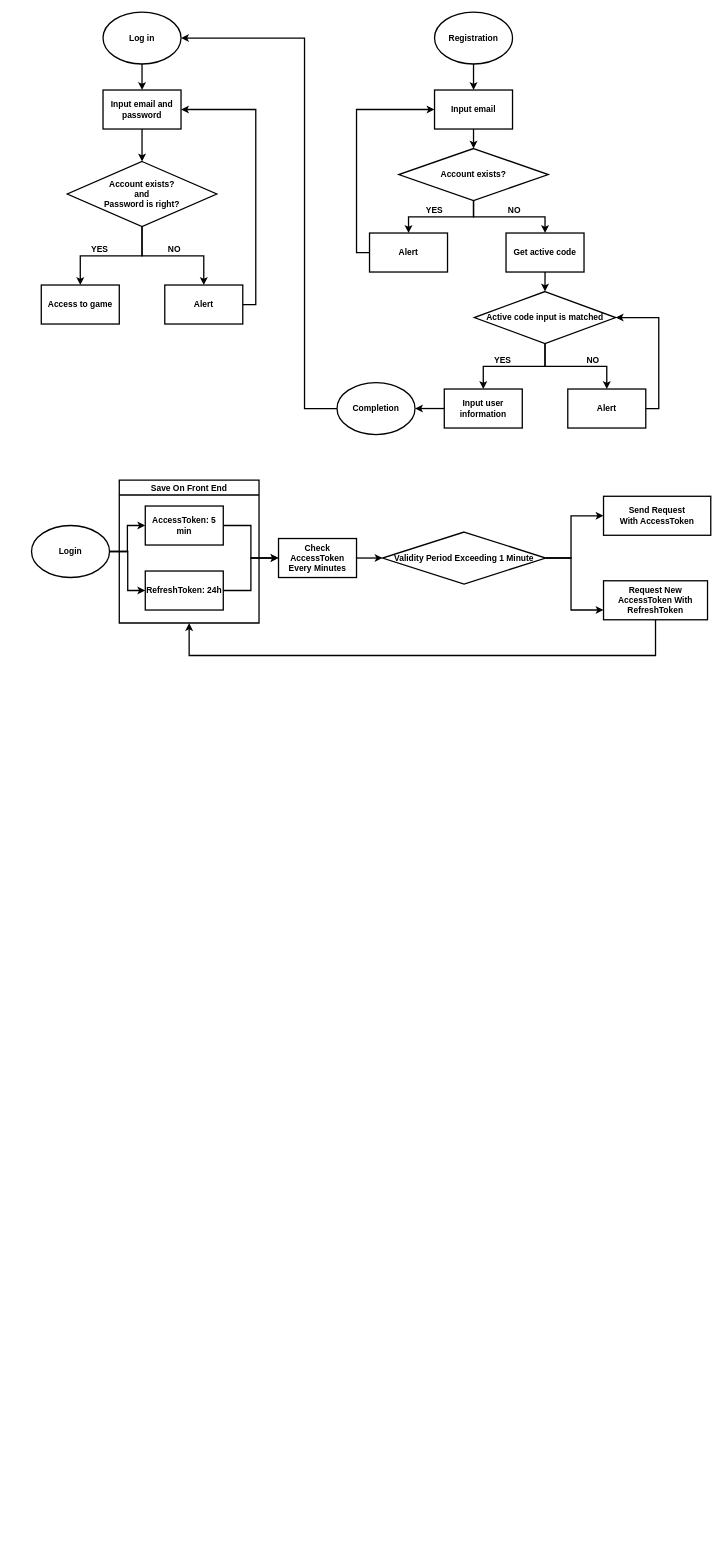
Before: 未命名绘图.drawio in Kathy3665/coursesource, a draw.io diagram. Source tidied: cells renumbered, new cells numbered last; positions are measured from the earlier drawing's top-left corner, leaving out a move shared by most shapes. Both pictures are drawn from the tidied source at 65%, with x=0, y=0 at pixel (31, 12).
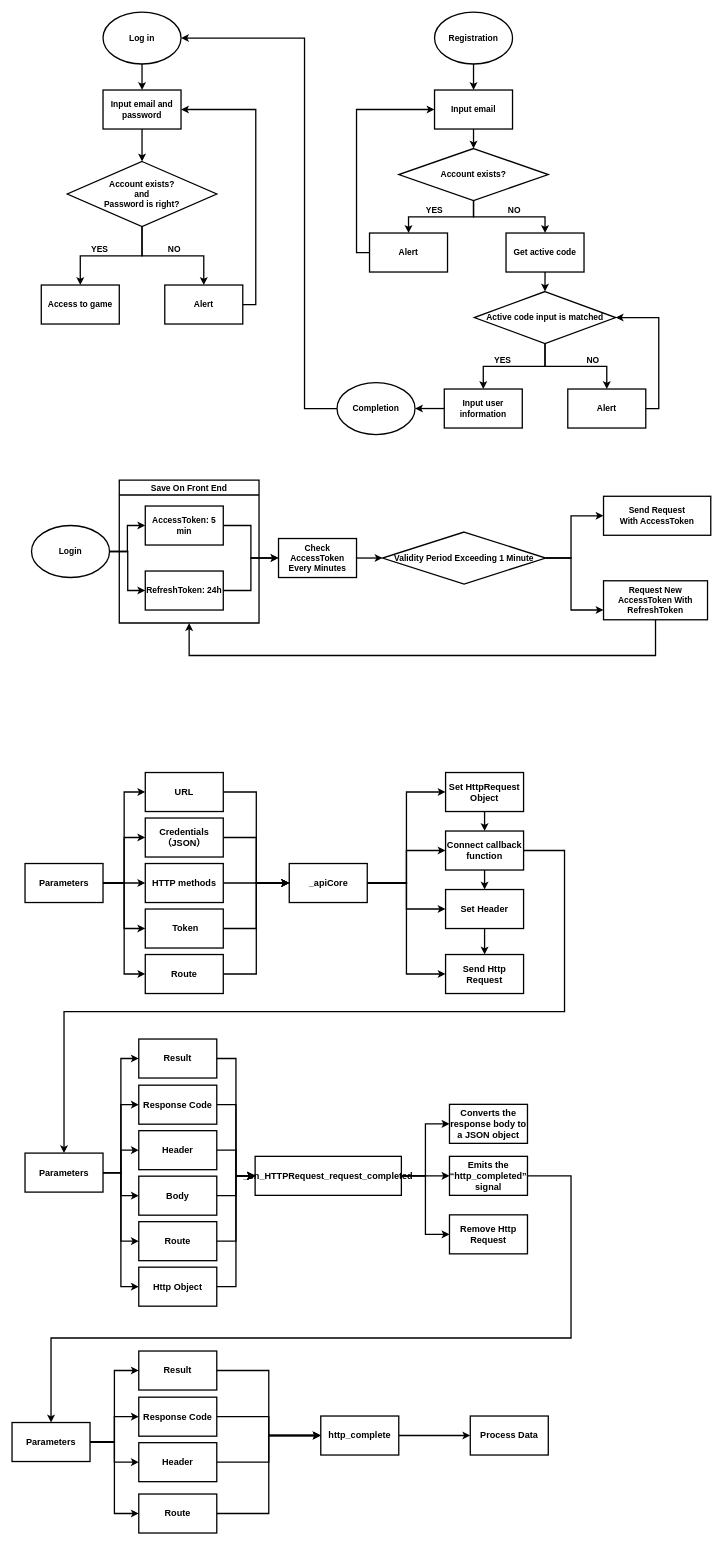
The same diagram, later.

Commit message:
更新未命名绘图.drawio

What changed in the source:
```diff
@@
+    <mxCell id="54" style="edgeStyle=orthogonalEdgeStyle;rounded=0;jettySize=auto;html=1;exitX=1;exitY=0.5;exitDx=0;exitDy=0;entryX=0;entryY=0.5;entryDx=0;entryDy=0;strokeWidth=2;fontSize=14;fontStyle=1;" parent="1" edge="1" source="58" target="76">
+      <mxGeometry relative="1" as="geometry" />
+    </mxCell>
+    <mxCell id="55" style="edgeStyle=orthogonalEdgeStyle;rounded=0;jettySize=auto;html=1;exitX=1;exitY=0.5;exitDx=0;exitDy=0;entryX=0;entryY=0.5;entryDx=0;entryDy=0;strokeWidth=2;fontSize=14;fontStyle=1;" parent="1" edge="1" source="58" target="62">
+      <mxGeometry relative="1" as="geometry" />
+    </mxCell>
+    <mxCell id="56" style="edgeStyle=orthogonalEdgeStyle;rounded=0;jettySize=auto;html=1;exitX=1;exitY=0.5;exitDx=0;exitDy=0;entryX=0;entryY=0.5;entryDx=0;entryDy=0;strokeWidth=2;fontSize=14;fontStyle=1;" parent="1" edge="1" source="58" target="73">
+      <mxGeometry relative="1" as="geometry" />
+    </mxCell>
+    <mxCell id="57" style="edgeStyle=orthogonalEdgeStyle;rounded=0;jettySize=auto;html=1;exitX=1;exitY=0.5;exitDx=0;exitDy=0;entryX=0;entryY=0.5;entryDx=0;entryDy=0;strokeWidth=2;fontSize=14;fontStyle=1;" parent="1" edge="1" source="58" target="60">
+      <mxGeometry relative="1" as="geometry" />
+    </mxCell>
+    <mxCell id="58" value="_apiCore" style="rounded=0;whiteSpace=wrap;html=1;strokeWidth=2;fontSize=14;fontStyle=1;" parent="1" vertex="1">
+      <mxGeometry x="396.5" y="1310" width="120" height="60" as="geometry" />
+    </mxCell>
+    <mxCell id="59" style="edgeStyle=orthogonalEdgeStyle;rounded=0;jettySize=auto;html=1;exitX=0.5;exitY=1;exitDx=0;exitDy=0;entryX=0.5;entryY=0;entryDx=0;entryDy=0;strokeWidth=2;fontSize=14;fontStyle=1;" parent="1" edge="1" source="60" target="76">
+      <mxGeometry relative="1" as="geometry" />
+    </mxCell>
+    <mxCell id="60" value="Set HttpRequest Object" style="rounded=0;whiteSpace=wrap;html=1;strokeWidth=2;fontSize=14;fontStyle=1;" parent="1" vertex="1">
+      <mxGeometry x="637" y="1170" width="120" height="60" as="geometry" />
+    </mxCell>
+    <mxCell id="61" style="edgeStyle=orthogonalEdgeStyle;rounded=0;jettySize=auto;html=1;exitX=0.5;exitY=1;exitDx=0;exitDy=0;entryX=0.5;entryY=0;entryDx=0;entryDy=0;strokeWidth=2;fontSize=14;fontStyle=1;" parent="1" edge="1" source="62" target="73">
+      <mxGeometry relative="1" as="geometry" />
+    </mxCell>
+    <mxCell id="62" value="Set Header" style="rounded=0;whiteSpace=wrap;html=1;strokeWidth=2;fontSize=14;fontStyle=1;" parent="1" vertex="1">
+      <mxGeometry x="637" y="1350" width="120" height="60" as="geometry" />
+    </mxCell>
+    <mxCell id="63" style="edgeStyle=orthogonalEdgeStyle;rounded=0;jettySize=auto;html=1;exitX=1;exitY=0.5;exitDx=0;exitDy=0;entryX=0;entryY=0.5;entryDx=0;entryDy=0;strokeWidth=2;fontSize=14;fontStyle=1;" parent="1" edge="1" source="64" target="58">
+      <mxGeometry relative="1" as="geometry" />
+    </mxCell>
+    <mxCell id="64" value="URL" style="rounded=0;whiteSpace=wrap;html=1;strokeWidth=2;fontSize=14;fontStyle=1;" parent="1" vertex="1">
+      <mxGeometry x="175" y="1170" width="120" height="60" as="geometry" />
+    </mxCell>
+    <mxCell id="65" style="edgeStyle=orthogonalEdgeStyle;rounded=0;jettySize=auto;html=1;exitX=1;exitY=0.5;exitDx=0;exitDy=0;entryX=0;entryY=0.5;entryDx=0;entryDy=0;strokeWidth=2;fontSize=14;fontStyle=1;" parent="1" edge="1" source="66" target="58">
+      <mxGeometry relative="1" as="geometry" />
+    </mxCell>
+    <mxCell id="66" value="Credentials&lt;br style=&quot;font-size: 14px;&quot;&gt;（JSON）" style="rounded=0;whiteSpace=wrap;html=1;strokeWidth=2;fontSize=14;fontStyle=1;" parent="1" vertex="1">
+      <mxGeometry x="175" y="1240" width="120" height="60" as="geometry" />
+    </mxCell>
+    <mxCell id="67" style="edgeStyle=orthogonalEdgeStyle;rounded=0;jettySize=auto;html=1;exitX=1;exitY=0.5;exitDx=0;exitDy=0;entryX=0;entryY=0.5;entryDx=0;entryDy=0;strokeWidth=2;fontSize=14;fontStyle=1;" parent="1" edge="1" source="68" target="58">
+      <mxGeometry relative="1" as="geometry" />
+    </mxCell>
+    <mxCell id="68" value="&amp;nbsp;Token" style="rounded=0;whiteSpace=wrap;html=1;strokeWidth=2;fontSize=14;fontStyle=1;" parent="1" vertex="1">
+      <mxGeometry x="175" y="1380" width="120" height="60" as="geometry" />
+    </mxCell>
+    <mxCell id="69" style="edgeStyle=orthogonalEdgeStyle;rounded=0;jettySize=auto;html=1;exitX=1;exitY=0.5;exitDx=0;exitDy=0;entryX=0;entryY=0.5;entryDx=0;entryDy=0;strokeWidth=2;fontSize=14;fontStyle=1;" parent="1" edge="1" source="70" target="58">
+      <mxGeometry relative="1" as="geometry" />
+    </mxCell>
+    <mxCell id="70" value="HTTP methods" style="rounded=0;whiteSpace=wrap;html=1;strokeWidth=2;fontSize=14;fontStyle=1;" parent="1" vertex="1">
+      <mxGeometry x="175" y="1310" width="120" height="60" as="geometry" />
+    </mxCell>
+    <mxCell id="71" style="edgeStyle=orthogonalEdgeStyle;rounded=0;jettySize=auto;html=1;exitX=1;exitY=0.5;exitDx=0;exitDy=0;entryX=0;entryY=0.5;entryDx=0;entryDy=0;strokeWidth=2;fontSize=14;fontStyle=1;" parent="1" edge="1" source="72" target="58">
+      <mxGeometry relative="1" as="geometry" />
+    </mxCell>
+    <mxCell id="72" value="Route" style="rounded=0;whiteSpace=wrap;html=1;strokeWidth=2;fontSize=14;fontStyle=1;" parent="1" vertex="1">
+      <mxGeometry x="175" y="1450" width="120" height="60" as="geometry" />
+    </mxCell>
+    <mxCell id="73" value="Send Http Request" style="rounded=0;whiteSpace=wrap;html=1;strokeWidth=2;fontSize=14;fontStyle=1;" parent="1" vertex="1">
+      <mxGeometry x="637" y="1450" width="120" height="60" as="geometry" />
+    </mxCell>
+    <mxCell id="74" style="edgeStyle=orthogonalEdgeStyle;rounded=0;jettySize=auto;html=1;exitX=0.5;exitY=1;exitDx=0;exitDy=0;entryX=0.5;entryY=0;entryDx=0;entryDy=0;strokeWidth=2;fontSize=14;fontStyle=1;" parent="1" edge="1" source="76" target="62">
+      <mxGeometry relative="1" as="geometry" />
+    </mxCell>
+    <mxCell id="75" style="edgeStyle=orthogonalEdgeStyle;rounded=0;jettySize=auto;html=1;exitX=1;exitY=0.5;exitDx=0;exitDy=0;entryX=0.5;entryY=0;entryDx=0;entryDy=0;strokeWidth=2;fontSize=14;fontStyle=1;" parent="1" edge="1" source="76" target="97">
+      <mxGeometry relative="1" as="geometry">
+        <Array as="points">
+          <mxPoint x="820" y="1290" />
+          <mxPoint x="820" y="1538" />
+          <mxPoint x="50" y="1538" />
+        </Array>
+      </mxGeometry>
+    </mxCell>
+    <mxCell id="76" value="Connect&amp;nbsp;callback function" style="rounded=0;whiteSpace=wrap;html=1;strokeWidth=2;fontSize=14;fontStyle=1;" parent="1" vertex="1">
+      <mxGeometry x="637" y="1260" width="120" height="60" as="geometry" />
+    </mxCell>
+    <mxCell id="77" style="edgeStyle=orthogonalEdgeStyle;rounded=0;jettySize=auto;html=1;exitX=1;exitY=0.5;exitDx=0;exitDy=0;entryX=0;entryY=0.5;entryDx=0;entryDy=0;strokeWidth=2;fontSize=14;fontStyle=1;" parent="1" edge="1" source="80" target="87">
+      <mxGeometry relative="1" as="geometry" />
+    </mxCell>
+    <mxCell id="78" style="edgeStyle=orthogonalEdgeStyle;rounded=0;jettySize=auto;html=1;exitX=1;exitY=0.5;exitDx=0;exitDy=0;entryX=0;entryY=0.5;entryDx=0;entryDy=0;strokeWidth=2;fontSize=14;fontStyle=1;" parent="1" edge="1" source="80" target="90">
+      <mxGeometry relative="1" as="geometry" />
+    </mxCell>
+    <mxCell id="79" style="edgeStyle=orthogonalEdgeStyle;rounded=0;jettySize=auto;html=1;exitX=1;exitY=0.5;exitDx=0;exitDy=0;entryX=0;entryY=0.5;entryDx=0;entryDy=0;strokeWidth=2;fontSize=14;fontStyle=1;" parent="1" edge="1" source="80" target="88">
+      <mxGeometry relative="1" as="geometry" />
+    </mxCell>
+    <mxCell id="80" value="&lt;div style=&quot;font-size: 14px;&quot;&gt;_on_HTTPRequest_request_completed&lt;/div&gt;" style="rounded=0;whiteSpace=wrap;html=1;strokeWidth=2;fontSize=14;fontStyle=1;" parent="1" vertex="1">
+      <mxGeometry x="344" y="1760.5" width="225" height="60" as="geometry" />
+    </mxCell>
+    <mxCell id="81" style="edgeStyle=orthogonalEdgeStyle;rounded=0;jettySize=auto;html=1;exitX=1;exitY=0.5;exitDx=0;exitDy=0;entryX=0;entryY=0.5;entryDx=0;entryDy=0;strokeWidth=2;fontSize=14;fontStyle=1;" parent="1" edge="1" source="86" target="64">
+      <mxGeometry relative="1" as="geometry" />
+    </mxCell>
+    <mxCell id="82" style="edgeStyle=orthogonalEdgeStyle;rounded=0;jettySize=auto;html=1;exitX=1;exitY=0.5;exitDx=0;exitDy=0;entryX=0;entryY=0.5;entryDx=0;entryDy=0;strokeWidth=2;fontSize=14;fontStyle=1;" parent="1" edge="1" source="86" target="66">
+      <mxGeometry relative="1" as="geometry" />
+    </mxCell>
+    <mxCell id="83" style="edgeStyle=orthogonalEdgeStyle;rounded=0;jettySize=auto;html=1;exitX=1;exitY=0.5;exitDx=0;exitDy=0;strokeWidth=2;fontSize=14;fontStyle=1;" parent="1" edge="1" source="86" target="70">
+      <mxGeometry relative="1" as="geometry" />
+    </mxCell>
+    <mxCell id="84" style="edgeStyle=orthogonalEdgeStyle;rounded=0;jettySize=auto;html=1;exitX=1;exitY=0.5;exitDx=0;exitDy=0;entryX=0;entryY=0.5;entryDx=0;entryDy=0;strokeWidth=2;fontSize=14;fontStyle=1;" parent="1" edge="1" source="86" target="68">
+      <mxGeometry relative="1" as="geometry" />
+    </mxCell>
+    <mxCell id="85" style="edgeStyle=orthogonalEdgeStyle;rounded=0;jettySize=auto;html=1;exitX=1;exitY=0.5;exitDx=0;exitDy=0;entryX=0;entryY=0.5;entryDx=0;entryDy=0;strokeWidth=2;fontSize=14;fontStyle=1;" parent="1" edge="1" source="86" target="72">
+      <mxGeometry relative="1" as="geometry" />
+    </mxCell>
+    <mxCell id="86" value="Parameters" style="rounded=0;whiteSpace=wrap;html=1;strokeWidth=2;fontSize=14;fontStyle=1;" parent="1" vertex="1">
+      <mxGeometry x="-10" y="1310" width="120" height="60" as="geometry" />
+    </mxCell>
+    <mxCell id="87" value="&lt;div style=&quot;font-size: 14px;&quot;&gt;Converts the response body to a JSON object&lt;/div&gt;" style="rounded=0;whiteSpace=wrap;html=1;strokeWidth=2;fontSize=14;fontStyle=1;" parent="1" vertex="1">
+      <mxGeometry x="643" y="1680.5" width="120" height="60" as="geometry" />
+    </mxCell>
+    <mxCell id="88" value="Remove Http Request" style="rounded=0;whiteSpace=wrap;html=1;strokeWidth=2;fontSize=14;fontStyle=1;" parent="1" vertex="1">
+      <mxGeometry x="643" y="1850.5" width="120" height="60" as="geometry" />
+    </mxCell>
+    <mxCell id="89" style="edgeStyle=orthogonalEdgeStyle;rounded=0;jettySize=auto;html=1;exitX=1;exitY=0.5;exitDx=0;exitDy=0;strokeWidth=2;fontSize=14;fontStyle=1;" parent="1" edge="1" source="90" target="117">
+      <mxGeometry relative="1" as="geometry">
+        <Array as="points">
+          <mxPoint x="830" y="1790" />
+          <mxPoint x="830" y="2040" />
+          <mxPoint x="30" y="2040" />
+        </Array>
+      </mxGeometry>
+    </mxCell>
+    <mxCell id="90" value="&lt;div style=&quot;font-size: 14px;&quot;&gt;Emits the “http_completed”&lt;/div&gt;&lt;div style=&quot;font-size: 14px;&quot;&gt;signal&lt;/div&gt;" style="rounded=0;whiteSpace=wrap;html=1;strokeWidth=2;fontSize=14;fontStyle=1;" parent="1" vertex="1">
+      <mxGeometry x="643" y="1760.5" width="120" height="60" as="geometry" />
+    </mxCell>
+    <mxCell id="91" style="edgeStyle=orthogonalEdgeStyle;rounded=0;jettySize=auto;html=1;exitX=1;exitY=0.5;exitDx=0;exitDy=0;entryX=0;entryY=0.5;entryDx=0;entryDy=0;strokeWidth=2;fontSize=14;fontStyle=1;" parent="1" edge="1" source="97" target="99">
+      <mxGeometry relative="1" as="geometry" />
+    </mxCell>
+    <mxCell id="92" style="edgeStyle=orthogonalEdgeStyle;rounded=0;jettySize=auto;html=1;exitX=1;exitY=0.5;exitDx=0;exitDy=0;entryX=0;entryY=0.5;entryDx=0;entryDy=0;strokeWidth=2;fontSize=14;fontStyle=1;" parent="1" edge="1" source="97" target="101">
+      <mxGeometry relative="1" as="geometry" />
+    </mxCell>
+    <mxCell id="93" style="edgeStyle=orthogonalEdgeStyle;rounded=0;jettySize=auto;html=1;exitX=1;exitY=0.5;exitDx=0;exitDy=0;entryX=0;entryY=0.5;entryDx=0;entryDy=0;strokeWidth=2;fontSize=14;fontStyle=1;" parent="1" edge="1" source="97" target="103">
+      <mxGeometry relative="1" as="geometry" />
+    </mxCell>
+    <mxCell id="94" style="edgeStyle=orthogonalEdgeStyle;rounded=0;jettySize=auto;html=1;exitX=1;exitY=0.5;exitDx=0;exitDy=0;entryX=0;entryY=0.5;entryDx=0;entryDy=0;strokeWidth=2;fontSize=14;fontStyle=1;" parent="1" edge="1" source="97" target="105">
+      <mxGeometry relative="1" as="geometry" />
+    </mxCell>
+    <mxCell id="95" style="edgeStyle=orthogonalEdgeStyle;rounded=0;jettySize=auto;html=1;exitX=1;exitY=0.5;exitDx=0;exitDy=0;entryX=0;entryY=0.5;entryDx=0;entryDy=0;strokeWidth=2;fontSize=14;fontStyle=1;" parent="1" edge="1" source="97" target="107">
+      <mxGeometry relative="1" as="geometry" />
+    </mxCell>
+    <mxCell id="96" style="edgeStyle=orthogonalEdgeStyle;rounded=0;jettySize=auto;html=1;exitX=1;exitY=0.5;exitDx=0;exitDy=0;entryX=0;entryY=0.5;entryDx=0;entryDy=0;strokeWidth=2;fontSize=14;fontStyle=1;" parent="1" edge="1" source="97" target="109">
+      <mxGeometry relative="1" as="geometry" />
+    </mxCell>
+    <mxCell id="97" value="Parameters" style="rounded=0;whiteSpace=wrap;html=1;strokeWidth=2;fontSize=14;fontStyle=1;" parent="1" vertex="1">
+      <mxGeometry x="-10" y="1755.5" width="120" height="60" as="geometry" />
+    </mxCell>
+    <mxCell id="98" style="edgeStyle=orthogonalEdgeStyle;rounded=0;jettySize=auto;html=1;exitX=1;exitY=0.5;exitDx=0;exitDy=0;entryX=0;entryY=0.5;entryDx=0;entryDy=0;strokeWidth=2;fontSize=14;fontStyle=1;" parent="1" edge="1" source="99" target="80">
+      <mxGeometry relative="1" as="geometry" />
+    </mxCell>
+    <mxCell id="99" value="Result" style="rounded=0;whiteSpace=wrap;html=1;strokeWidth=2;fontSize=14;fontStyle=1;" parent="1" vertex="1">
+      <mxGeometry x="165" y="1580" width="120" height="60" as="geometry" />
+    </mxCell>
+    <mxCell id="100" style="edgeStyle=orthogonalEdgeStyle;rounded=0;jettySize=auto;html=1;exitX=1;exitY=0.5;exitDx=0;exitDy=0;entryX=0;entryY=0.5;entryDx=0;entryDy=0;strokeWidth=2;fontSize=14;fontStyle=1;" parent="1" edge="1" source="101" target="80">
+      <mxGeometry relative="1" as="geometry" />
+    </mxCell>
+    <mxCell id="101" value="Response Code" style="rounded=0;whiteSpace=wrap;html=1;strokeWidth=2;fontSize=14;fontStyle=1;" parent="1" vertex="1">
+      <mxGeometry x="165" y="1651" width="120" height="60" as="geometry" />
+    </mxCell>
+    <mxCell id="102" style="edgeStyle=orthogonalEdgeStyle;rounded=0;jettySize=auto;html=1;exitX=1;exitY=0.5;exitDx=0;exitDy=0;entryX=0;entryY=0.5;entryDx=0;entryDy=0;strokeWidth=2;fontSize=14;fontStyle=1;" parent="1" edge="1" source="103" target="80">
+      <mxGeometry relative="1" as="geometry" />
+    </mxCell>
+    <mxCell id="103" value="Header" style="rounded=0;whiteSpace=wrap;html=1;strokeWidth=2;fontSize=14;fontStyle=1;" parent="1" vertex="1">
+      <mxGeometry x="165" y="1721" width="120" height="60" as="geometry" />
+    </mxCell>
+    <mxCell id="104" style="edgeStyle=orthogonalEdgeStyle;rounded=0;jettySize=auto;html=1;exitX=1;exitY=0.5;exitDx=0;exitDy=0;entryX=0;entryY=0.5;entryDx=0;entryDy=0;strokeWidth=2;fontSize=14;fontStyle=1;" parent="1" edge="1" source="105" target="80">
+      <mxGeometry relative="1" as="geometry" />
+    </mxCell>
+    <mxCell id="105" value="Body" style="rounded=0;whiteSpace=wrap;html=1;strokeWidth=2;fontSize=14;fontStyle=1;" parent="1" vertex="1">
+      <mxGeometry x="165" y="1791" width="120" height="60" as="geometry" />
+    </mxCell>
+    <mxCell id="106" style="edgeStyle=orthogonalEdgeStyle;rounded=0;jettySize=auto;html=1;exitX=1;exitY=0.5;exitDx=0;exitDy=0;entryX=0;entryY=0.5;entryDx=0;entryDy=0;strokeWidth=2;fontSize=14;fontStyle=1;" parent="1" edge="1" source="107" target="80">
+      <mxGeometry relative="1" as="geometry" />
+    </mxCell>
+    <mxCell id="107" value="Route" style="rounded=0;whiteSpace=wrap;html=1;strokeWidth=2;fontSize=14;fontStyle=1;" parent="1" vertex="1">
+      <mxGeometry x="165" y="1861" width="120" height="60" as="geometry" />
+    </mxCell>
+    <mxCell id="108" style="edgeStyle=orthogonalEdgeStyle;rounded=0;jettySize=auto;html=1;exitX=1;exitY=0.5;exitDx=0;exitDy=0;entryX=0;entryY=0.5;entryDx=0;entryDy=0;strokeWidth=2;fontSize=14;fontStyle=1;" parent="1" edge="1" source="109" target="80">
+      <mxGeometry relative="1" as="geometry" />
+    </mxCell>
+    <mxCell id="109" value="Http Object" style="rounded=0;whiteSpace=wrap;html=1;strokeWidth=2;fontSize=14;fontStyle=1;" parent="1" vertex="1">
+      <mxGeometry x="165" y="1931" width="120" height="60" as="geometry" />
+    </mxCell>
+    <mxCell id="110" style="edgeStyle=orthogonalEdgeStyle;rounded=0;jettySize=auto;html=1;exitX=1;exitY=0.5;exitDx=0;exitDy=0;entryX=0;entryY=0.5;entryDx=0;entryDy=0;strokeWidth=2;fontSize=14;fontStyle=1;" parent="1" edge="1" source="111" target="112">
+      <mxGeometry relative="1" as="geometry" />
+    </mxCell>
+    <mxCell id="111" value="http_complete" style="rounded=0;whiteSpace=wrap;html=1;strokeWidth=2;fontSize=14;fontStyle=1;" parent="1" vertex="1">
+      <mxGeometry x="445" y="2160" width="120" height="60" as="geometry" />
+    </mxCell>
+    <mxCell id="112" value="Process Data" style="rounded=0;whiteSpace=wrap;html=1;strokeWidth=2;fontSize=14;fontStyle=1;" parent="1" vertex="1">
+      <mxGeometry x="675" y="2160" width="120" height="60" as="geometry" />
+    </mxCell>
+    <mxCell id="113" style="edgeStyle=orthogonalEdgeStyle;rounded=0;jettySize=auto;html=1;exitX=1;exitY=0.5;exitDx=0;exitDy=0;entryX=0;entryY=0.5;entryDx=0;entryDy=0;strokeWidth=2;fontSize=14;fontStyle=1;" parent="1" edge="1" source="117" target="119">
+      <mxGeometry relative="1" as="geometry" />
+    </mxCell>
+    <mxCell id="114" style="edgeStyle=orthogonalEdgeStyle;rounded=0;jettySize=auto;html=1;exitX=1;exitY=0.5;exitDx=0;exitDy=0;entryX=0;entryY=0.5;entryDx=0;entryDy=0;strokeWidth=2;fontSize=14;fontStyle=1;" parent="1" edge="1" source="117" target="121">
+      <mxGeometry relative="1" as="geometry" />
+    </mxCell>
+    <mxCell id="115" style="edgeStyle=orthogonalEdgeStyle;rounded=0;jettySize=auto;html=1;exitX=1;exitY=0.5;exitDx=0;exitDy=0;entryX=0;entryY=0.5;entryDx=0;entryDy=0;strokeWidth=2;fontSize=14;fontStyle=1;" parent="1" edge="1" source="117" target="123">
+      <mxGeometry relative="1" as="geometry" />
+    </mxCell>
+    <mxCell id="116" style="edgeStyle=orthogonalEdgeStyle;rounded=0;jettySize=auto;html=1;exitX=1;exitY=0.5;exitDx=0;exitDy=0;entryX=0;entryY=0.5;entryDx=0;entryDy=0;strokeWidth=2;fontSize=14;fontStyle=1;" parent="1" edge="1" source="117" target="125">
+      <mxGeometry relative="1" as="geometry" />
+    </mxCell>
+    <mxCell id="117" value="Parameters" style="rounded=0;whiteSpace=wrap;html=1;strokeWidth=2;fontSize=14;fontStyle=1;" parent="1" vertex="1">
+      <mxGeometry x="-30" y="2170" width="120" height="60" as="geometry" />
+    </mxCell>
+    <mxCell id="118" style="edgeStyle=orthogonalEdgeStyle;rounded=0;jettySize=auto;html=1;exitX=1;exitY=0.5;exitDx=0;exitDy=0;entryX=0;entryY=0.5;entryDx=0;entryDy=0;strokeWidth=2;fontSize=14;fontStyle=1;" parent="1" edge="1" source="119" target="111">
+      <mxGeometry relative="1" as="geometry" />
+    </mxCell>
+    <mxCell id="119" value="Result" style="rounded=0;whiteSpace=wrap;html=1;strokeWidth=2;fontSize=14;fontStyle=1;" parent="1" vertex="1">
+      <mxGeometry x="165" y="2060" width="120" height="60" as="geometry" />
+    </mxCell>
+    <mxCell id="120" style="edgeStyle=orthogonalEdgeStyle;rounded=0;jettySize=auto;html=1;exitX=1;exitY=0.5;exitDx=0;exitDy=0;entryX=0;entryY=0.5;entryDx=0;entryDy=0;strokeWidth=2;fontSize=14;fontStyle=1;" parent="1" edge="1" source="121" target="111">
+      <mxGeometry relative="1" as="geometry" />
+    </mxCell>
+    <mxCell id="121" value="Response Code" style="rounded=0;whiteSpace=wrap;html=1;strokeWidth=2;fontSize=14;fontStyle=1;" parent="1" vertex="1">
+      <mxGeometry x="165" y="2131" width="120" height="60" as="geometry" />
+    </mxCell>
+    <mxCell id="122" style="edgeStyle=orthogonalEdgeStyle;rounded=0;jettySize=auto;html=1;exitX=1;exitY=0.5;exitDx=0;exitDy=0;entryX=0;entryY=0.5;entryDx=0;entryDy=0;strokeWidth=2;fontSize=14;fontStyle=1;" parent="1" edge="1" source="123" target="111">
+      <mxGeometry relative="1" as="geometry" />
+    </mxCell>
+    <mxCell id="123" value="Header" style="rounded=0;whiteSpace=wrap;html=1;strokeWidth=2;fontSize=14;fontStyle=1;" parent="1" vertex="1">
+      <mxGeometry x="165" y="2201" width="120" height="60" as="geometry" />
+    </mxCell>
+    <mxCell id="124" style="edgeStyle=orthogonalEdgeStyle;rounded=0;jettySize=auto;html=1;exitX=1;exitY=0.5;exitDx=0;exitDy=0;entryX=0;entryY=0.5;entryDx=0;entryDy=0;strokeWidth=2;fontSize=14;fontStyle=1;" parent="1" edge="1" source="125" target="111">
+      <mxGeometry relative="1" as="geometry" />
+    </mxCell>
+    <mxCell id="125" value="Route" style="rounded=0;whiteSpace=wrap;html=1;strokeWidth=2;fontSize=14;fontStyle=1;" parent="1" vertex="1">
+      <mxGeometry x="165" y="2280" width="120" height="60" as="geometry" />
+    </mxCell>
```
